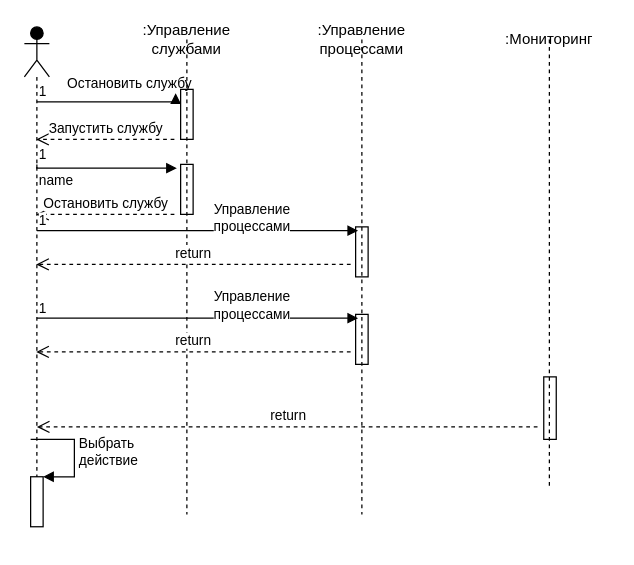
Before: page "Page-3" (3 of 3) of Untitled Diagram.drawio in Da11oS/Proektny-praktikum, a draw.io diagram. Source tidied: cells renumbered, new cells numbered last; positions are measured from the earlier drawing's top-left corner, leaving out a move shared by most shapes. Both pictures are drawn from the tidied source at 125%, with x=0, y=0 at pixel (24, 26).
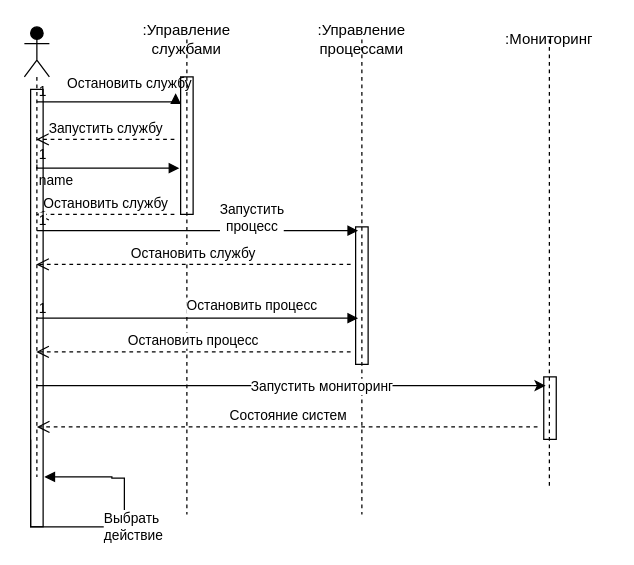
After the change.

Unchanged cells that the change refers to:
```xml
<mxCell id="2" style="shape=umlLifeline;participant=umlActor;perimeter=lifelinePerimeter;whiteSpace=wrap;html=1;verticalAlign=top;spacingTop=36;outlineConnect=0;shadow=0;strokeColor=#000000;fillColor=#000000;" parent="1" vertex="1">
  <mxGeometry width="20" height="360" as="geometry" />
</mxCell>
<mxCell id="8" value="&lt;div&gt;:Управление службами&lt;br&gt;&lt;/div&gt;" style="shape=umlLifeline;perimeter=lifelinePerimeter;whiteSpace=wrap;html=1;shadow=0;strokeColor=#000000;fillColor=#000000;size=0;" parent="1" vertex="1">
  <mxGeometry x="80" y="10" width="100" height="380" as="geometry" />
</mxCell>
<mxCell id="12" value="&lt;div&gt;:Управление процессами&lt;/div&gt;" style="shape=umlLifeline;perimeter=lifelinePerimeter;whiteSpace=wrap;html=1;shadow=0;strokeColor=#000000;fillColor=#000000;size=0;" parent="1" vertex="1">
  <mxGeometry x="220" y="10" width="100" height="380" as="geometry" />
</mxCell>
<mxCell id="27" style="html=1;points=[];perimeter=orthogonalPerimeter;shadow=0;strokeColor=#000000;fillColor=none;" parent="1" vertex="1">
  <mxGeometry x="415.5" y="280" width="10" height="50" as="geometry" />
</mxCell>
```

The edit, as a diff of the source:
```diff
@@
-    <mxCell id="3" style="endArrow=block;endFill=1;html=1;edgeStyle=orthogonalEdgeStyle;align=left;verticalAlign=top;rounded=0;entryX=-0.4;entryY=0.075;entryDx=0;entryDy=0;entryPerimeter=0;" parent="2" edge="1" target="9">
+    <mxCell id="3" style="endArrow=block;endFill=1;html=1;edgeStyle=orthogonalEdgeStyle;align=left;verticalAlign=top;rounded=0;entryX=-0.4;entryY=0.075;entryDx=0;entryDy=0;entryPerimeter=0;" parent="2" edge="1">
       <mxGeometry x="-1" relative="1" as="geometry">
         <mxPoint x="10" y="60" as="sourcePoint" />
+        <mxPoint x="121" y="53" as="targetPoint" />
         <Array as="points">
           <mxPoint x="10" y="60" />
           <mxPoint x="121" y="60" />
         </Array>
       </mxGeometry>
     </mxCell>
@@
-    <mxCell id="6" value="name" style="endArrow=block;endFill=1;html=1;edgeStyle=orthogonalEdgeStyle;align=left;verticalAlign=top;rounded=0;entryX=-0.3;entryY=0.075;entryDx=0;entryDy=0;entryPerimeter=0;" parent="2" edge="1" target="10">
+    <mxCell id="6" value="name" style="endArrow=block;endFill=1;html=1;edgeStyle=orthogonalEdgeStyle;align=left;verticalAlign=top;rounded=0;entryX=-0.1;entryY=0.664;entryDx=0;entryDy=0;entryPerimeter=0;" parent="2" edge="1" target="10">
       <mxGeometry x="-1" relative="1" as="geometry">
         <mxPoint x="10" y="110" as="sourcePoint" />
         <Array as="points">
           <mxPoint x="10" y="113" />
         </Array>
       </mxGeometry>
     </mxCell>
@@
-    <mxCell id="9" style="html=1;points=[];perimeter=orthogonalPerimeter;shadow=0;strokeColor=#000000;fillColor=none;" parent="8" vertex="1">
-      <mxGeometry x="45" y="40" width="10" height="40" as="geometry" />
-    </mxCell>
     <mxCell id="10" style="html=1;points=[];perimeter=orthogonalPerimeter;shadow=0;strokeColor=#000000;fillColor=none;" parent="8" vertex="1">
-      <mxGeometry x="45" y="100" width="10" height="40" as="geometry" />
+      <mxGeometry x="45" y="30" width="10" height="110" as="geometry" />
     </mxCell>
@@
-    <mxCell id="13" style="html=1;points=[];perimeter=orthogonalPerimeter;shadow=0;strokeColor=#000000;fillColor=none;" parent="12" vertex="1">
-      <mxGeometry x="45" y="150" width="10" height="40" as="geometry" />
-    </mxCell>
     <mxCell id="14" style="html=1;points=[];perimeter=orthogonalPerimeter;shadow=0;strokeColor=#000000;fillColor=none;" parent="12" vertex="1">
-      <mxGeometry x="45" y="220" width="10" height="40" as="geometry" />
+      <mxGeometry x="45" y="150" width="10" height="110" as="geometry" />
     </mxCell>
@@
-    <mxCell id="16" style="endArrow=block;endFill=1;html=1;edgeStyle=orthogonalEdgeStyle;align=left;verticalAlign=top;rounded=0;entryX=0.2;entryY=0.075;entryDx=0;entryDy=0;entryPerimeter=0;" parent="1" edge="1" target="13">
+    <mxCell id="16" style="endArrow=block;endFill=1;html=1;edgeStyle=orthogonalEdgeStyle;align=left;verticalAlign=top;rounded=0;entryX=0.2;entryY=0.075;entryDx=0;entryDy=0;entryPerimeter=0;" parent="1" edge="1">
       <mxGeometry x="-1" relative="1" as="geometry">
         <mxPoint x="10" y="163" as="sourcePoint" />
+        <mxPoint x="267" y="163" as="targetPoint" />
         <Array as="points">
           <mxPoint x="10" y="163" />
         </Array>
       </mxGeometry>
     </mxCell>
@@
-    <mxCell id="18" value="&lt;div&gt;Управление &lt;br&gt;&lt;/div&gt;&lt;div&gt;процессами&lt;/div&gt;" style="edgeLabel;html=1;align=center;verticalAlign=middle;" parent="16" vertex="1">
+    <mxCell id="18" value="&lt;div&gt;Запустить &lt;br&gt;&lt;/div&gt;&lt;div&gt;процесс&lt;/div&gt;" style="edgeLabel;html=1;align=center;verticalAlign=middle;" parent="16" vertex="1">
       <mxGeometry x="0.2" y="-1" relative="1" as="geometry">
         <mxPoint x="17" y="-12" as="offset" />
       </mxGeometry>
     </mxCell>
@@
-    <mxCell id="20" value="return" style="html=1;verticalAlign=bottom;endArrow=open;dashed=1;endSize=8;rounded=0;exitX=-0.4;exitY=0.75;exitDx=0;exitDy=0;exitPerimeter=0;" parent="1" edge="1" source="13" target="2">
-      <mxGeometry relative="1" as="geometry" />
+    <mxCell id="20" value="Остановить службу" style="html=1;verticalAlign=bottom;endArrow=open;dashed=1;endSize=8;rounded=0;exitX=-0.4;exitY=0.75;exitDx=0;exitDy=0;exitPerimeter=0;" parent="1" edge="1" target="2">
+      <mxGeometry relative="1" as="geometry">
+        <mxPoint x="261" y="190" as="sourcePoint" />
+      </mxGeometry>
     </mxCell>
-    <mxCell id="21" value="return" style="html=1;verticalAlign=bottom;endArrow=open;dashed=1;endSize=8;rounded=0;exitX=-0.4;exitY=0.75;exitDx=0;exitDy=0;exitPerimeter=0;" parent="1" edge="1" source="14">
+    <mxCell id="21" value="Остановить процесс" style="html=1;verticalAlign=bottom;endArrow=open;dashed=1;endSize=8;rounded=0;exitX=-0.4;exitY=0.909;exitDx=0;exitDy=0;exitPerimeter=0;" parent="1" edge="1" source="14">
       <mxGeometry relative="1" as="geometry">
         <mxPoint x="9.5" y="260" as="targetPoint" />
       </mxGeometry>
     </mxCell>
-    <mxCell id="22" style="endArrow=block;endFill=1;html=1;edgeStyle=orthogonalEdgeStyle;align=left;verticalAlign=top;rounded=0;entryX=0.2;entryY=0.075;entryDx=0;entryDy=0;entryPerimeter=0;" parent="1" edge="1" target="14">
+    <mxCell id="22" style="endArrow=block;endFill=1;html=1;edgeStyle=orthogonalEdgeStyle;align=left;verticalAlign=top;rounded=0;" parent="1" edge="1">
       <mxGeometry x="-1" relative="1" as="geometry">
         <mxPoint x="10" y="233" as="sourcePoint" />
+        <mxPoint x="267" y="233" as="targetPoint" />
         <Array as="points">
           <mxPoint x="10" y="233" />
         </Array>
       </mxGeometry>
     </mxCell>
@@
-    <mxCell id="24" value="&lt;div&gt;Управление &lt;br&gt;&lt;/div&gt;&lt;div&gt;процессами&lt;/div&gt;" style="edgeLabel;html=1;align=center;verticalAlign=middle;" parent="22" vertex="1">
+    <mxCell id="24" value="Остановить процесс" style="edgeLabel;html=1;align=center;verticalAlign=middle;" parent="22" vertex="1">
       <mxGeometry x="0.2" y="-1" relative="1" as="geometry">
         <mxPoint x="17" y="-12" as="offset" />
       </mxGeometry>
     </mxCell>
     <mxCell id="25" style="html=1;points=[];perimeter=orthogonalPerimeter;shadow=0;strokeColor=#000000;fillColor=none;" parent="1" vertex="1">
-      <mxGeometry x="5" y="359.9" width="10" height="40" as="geometry" />
+      <mxGeometry x="5" y="50" width="10" height="349.9" as="geometry" />
     </mxCell>
-    <mxCell id="26" value="&lt;div&gt;Выбрать &lt;br&gt;&lt;/div&gt;&lt;div&gt;действие&lt;/div&gt;" style="edgeStyle=orthogonalEdgeStyle;html=1;align=left;spacingLeft=2;endArrow=block;rounded=0;entryX=1;entryY=0;exitX=0.5;exitY=0.778;exitDx=0;exitDy=0;exitPerimeter=0;" parent="1" edge="1" target="25">
+    <mxCell id="26" value="&lt;div&gt;Выбрать &lt;br&gt;&lt;/div&gt;&lt;div&gt;действие&lt;/div&gt;" style="edgeStyle=orthogonalEdgeStyle;html=1;align=left;spacingLeft=2;endArrow=block;rounded=0;exitX=0.5;exitY=0.778;exitDx=0;exitDy=0;exitPerimeter=0;entryX=1.1;entryY=0.886;entryDx=0;entryDy=0;entryPerimeter=0;" parent="1" edge="1" target="25">
       <mxGeometry relative="1" as="geometry">
         <mxPoint x="5" y="330" as="sourcePoint" />
         <Array as="points">
-          <mxPoint x="40" y="329.9" />
-          <mxPoint x="40" y="359.9" />
+          <mxPoint x="5" y="400" />
+          <mxPoint x="80" y="400" />
+          <mxPoint x="80" y="361" />
+          <mxPoint x="70" y="361" />
+          <mxPoint x="70" y="360" />
         </Array>
       </mxGeometry>
     </mxCell>
@@
-    <mxCell id="28" value="return" style="html=1;verticalAlign=bottom;endArrow=open;dashed=1;endSize=8;rounded=0;" parent="1" edge="1">
+    <mxCell id="28" value="Состояние систем" style="html=1;verticalAlign=bottom;endArrow=open;dashed=1;endSize=8;rounded=0;" parent="1" edge="1">
       <mxGeometry relative="1" as="geometry">
         <mxPoint x="410.5" y="320" as="sourcePoint" />
         <mxPoint x="10" y="320" as="targetPoint" />
       </mxGeometry>
     </mxCell>
+    <mxCell id="29" style="endArrow=classic;html=1;rounded=0;entryX=0.15;entryY=0.14;entryDx=0;entryDy=0;entryPerimeter=0;" parent="1" edge="1" source="2" target="27">
+      <mxGeometry relative="1" as="geometry" />
+    </mxCell>
+    <mxCell id="30" value="Запустить мониторинг" style="edgeLabel;html=1;align=center;verticalAlign=middle;" parent="29" vertex="1">
+      <mxGeometry x="0.12" relative="1" as="geometry" />
+    </mxCell>
```
